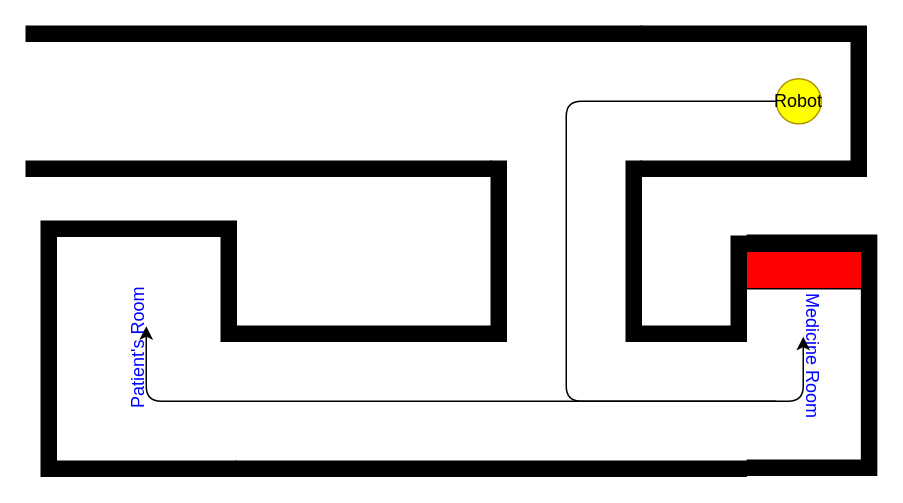
The draw.io diagram simulator/resources/map/hospital_scenario.drawio in lesunb/HMRSsim, before the edit. Source tidied: cells renumbered, new cells numbered last; positions are measured from the earlier drawing's top-left corner, leaving out a move shared by most shapes. Both pictures are drawn from the tidied source at 150%, with x=0, y=0 at pixel (10, -12).
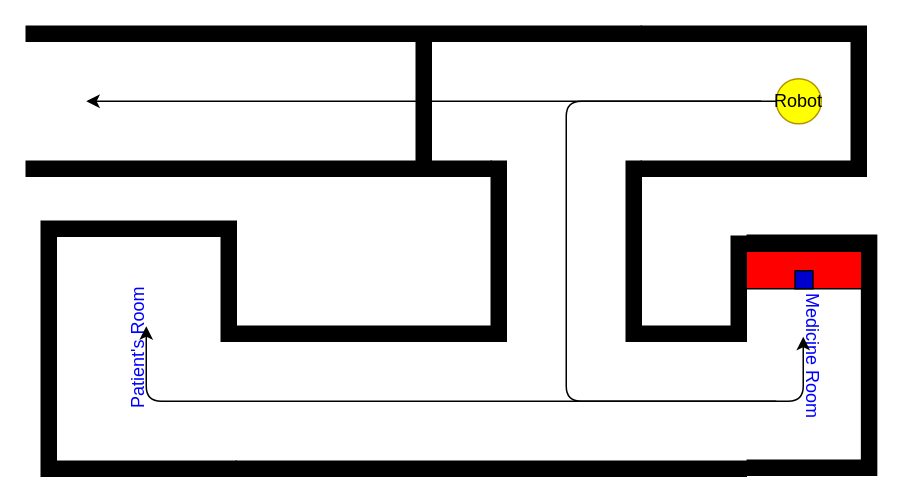
After the change.

Change to the diagram source:
```diff
@@
+    <mxCell id="18" style="verticalLabelPosition=bottom;html=1;verticalAlign=top;align=center;shape=mxgraph.floorplan.wall;fillColor=#000000;direction=south;" parent="1" vertex="1">
+      <mxGeometry x="270" y="35" width="10" height="80" as="geometry" />
+    </mxCell>
+    <mxCell id="19" style="endArrow=classic;html=1;" parent="1" edge="1">
+      <mxGeometry relative="1" as="geometry">
+        <mxPoint x="500" y="75" as="sourcePoint" />
+        <mxPoint x="50" y="75" as="targetPoint" />
+      </mxGeometry>
+    </mxCell>
+    <mxCell id="20" style="rounded=0;whiteSpace=wrap;html=1;fillColor=#0000CC;" parent="1" vertex="1">
+      <mxGeometry x="522.5" y="188" width="12" height="12" as="geometry" />
+    </mxCell>
```
